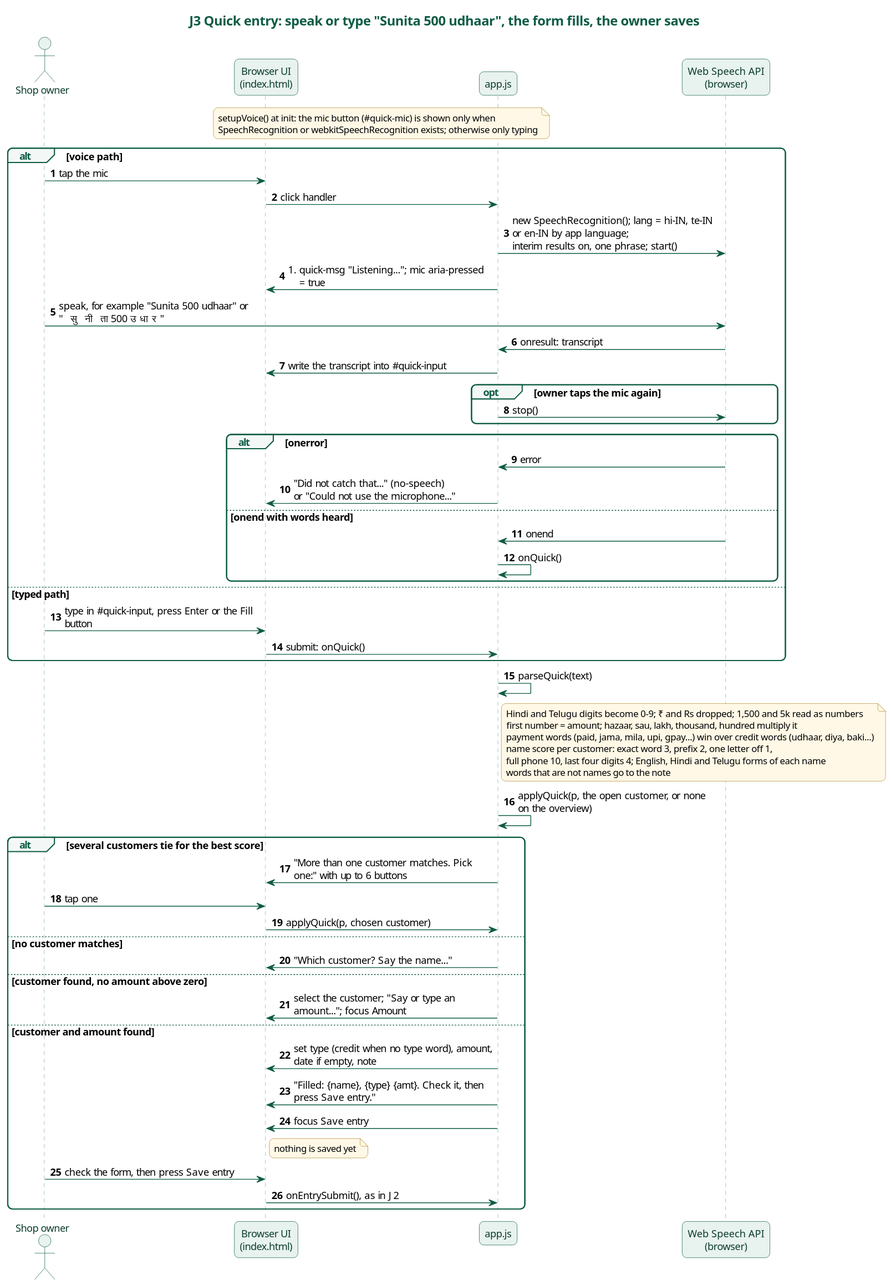
This is docs/diagrams/j3-quick-entry-voice.svg from karwasanjay007/hisaab-docs, a PlantUML export, as it was before one commit. The source it was exported from:
```plantuml
@startuml
title J3 Quick entry: speak or type "Sunita 500 udhaar", the form fills, the owner saves
skinparam backgroundColor white
skinparam defaultFontName "Noto Sans"
skinparam defaultFontSize 13
skinparam roundCorner 12
skinparam shadowing false
skinparam maxMessageSize 260
skinparam titleFontSize 17
skinparam titleFontColor #0E5C45
skinparam sequenceMessageAlign left
skinparam responseMessageBelowArrow true
skinparam sequence {
  ArrowColor #0E5C45
  LifeLineBorderColor #7FA89A
  LifeLineBackgroundColor #E8F2EE
  ParticipantBorderColor #0E5C45
  ParticipantBackgroundColor #E8F2EE
  ParticipantFontColor #0B3D2E
  ActorBorderColor #0E5C45
  ActorBackgroundColor #E8F2EE
  ActorFontColor #0B3D2E
  GroupBorderColor #0E5C45
  GroupHeaderFontColor #0E5C45
  GroupBackgroundColor #F3F8F6
  DividerBorderColor #0E5C45
  DividerBackgroundColor #E8F2EE
  DividerFontColor #0B3D2E
  BoxBorderColor #0E5C45
}
skinparam database {
  BorderColor #0E5C45
  BackgroundColor #E8F2EE
}
skinparam note {
  BorderColor #B08A2E
  BackgroundColor #FFF8E6
  FontSize 12
}
actor "Shop owner" as Owner
participant "Browser UI\n(index.html)" as UI
participant "app.js" as App
participant "Web Speech API\n(browser)" as SR
autonumber
note over UI, App : setupVoice() at init: the mic button (#quick-mic) is shown only when\nSpeechRecognition or webkitSpeechRecognition exists; otherwise only typing
alt voice path
  Owner -> UI : tap the mic
  UI -> App : click handler
  App -> SR : new SpeechRecognition(); lang = hi-IN, te-IN or en-IN by app language;\ninterim results on, one phrase; start()
  App -> UI : #quick-msg "Listening..."; mic aria-pressed = true
  Owner -> SR : speak, for example "Sunita 500 udhaar" or "सुनीता 500 उधार"
  SR -> App : onresult: transcript
  App -> UI : write the transcript into #quick-input
  opt owner taps the mic again
    App -> SR : stop()
  end
  alt onerror
    SR -> App : error
    App -> UI : "Did not catch that..." (no-speech)\nor "Could not use the microphone..."
  else onend with words heard
    SR -> App : onend
    App -> App : onQuick()
  end
else typed path
  Owner -> UI : type in #quick-input, press Enter or the Fill button
  UI -> App : submit: onQuick()
end
App -> App : parseQuick(text)
note right of App
  Hindi and Telugu digits become 0-9; ₹ and Rs dropped; 1,500 and 5k read as numbers
  first number = amount; hazaar, sau, lakh, thousand, hundred multiply it
  payment words (paid, jama, mila, upi, gpay...) win over credit words (udhaar, diya, baki...)
  name score per customer: exact word 3, prefix 2, one letter off 1,
  full phone 10, last four digits 4; English, Hindi and Telugu forms of each name
  words that are not names go to the note
end note
App -> App : applyQuick(p, the open customer, or none on the overview)
alt several customers tie for the best score
  App -> UI : "More than one customer matches. Pick one:" with up to 6 buttons
  Owner -> UI : tap one
  UI -> App : applyQuick(p, chosen customer)
else no customer matches
  App -> UI : "Which customer? Say the name..."
else customer found, no amount above zero
  App -> UI : select the customer; "Say or type an amount..."; focus Amount
else customer and amount found
  App -> UI : set type (credit when no type word), amount, date if empty, note
  App -> UI : "Filled: {name}, {type} {amt}. Check it, then press Save entry."
  App -> UI : focus Save entry
  note right of UI : nothing is saved yet
  Owner -> UI : check the form, then press Save entry
  UI -> App : onEntrySubmit(), as in J2
end
@enduml
```
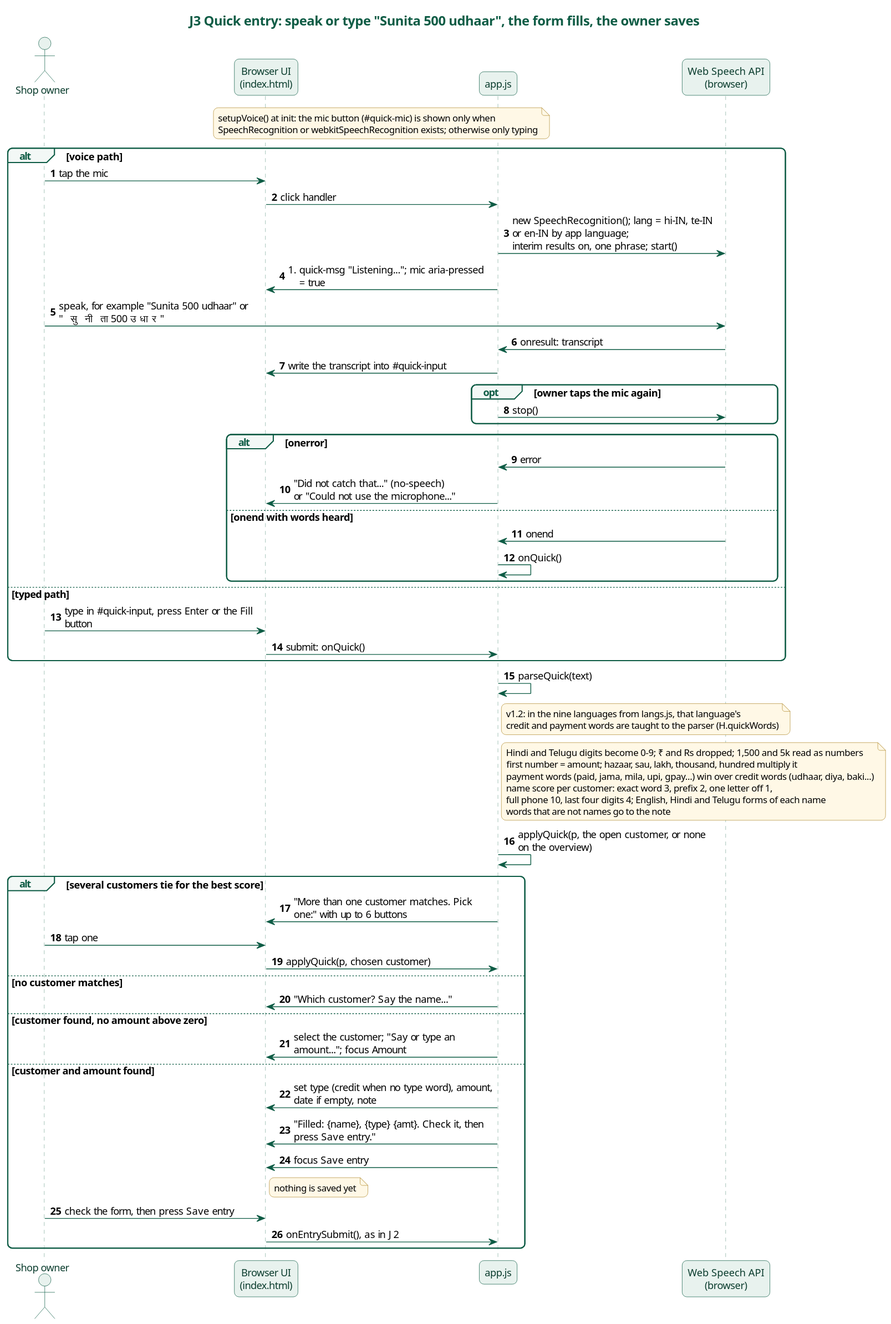
The same diagram one commit later.

Change to the diagram source:
```diff
@@ -66,6 +66,7 @@
   UI -> App : submit: onQuick()
 end
 App -> App : parseQuick(text)
+note right of App : v1.2: in the nine languages from langs.js, that language's\ncredit and payment words are taught to the parser (H.quickWords)
 note right of App
   Hindi and Telugu digits become 0-9; ₹ and Rs dropped; 1,500 and 5k read as numbers
   first number = amount; hazaar, sau, lakh, thousand, hundred multiply it
```
